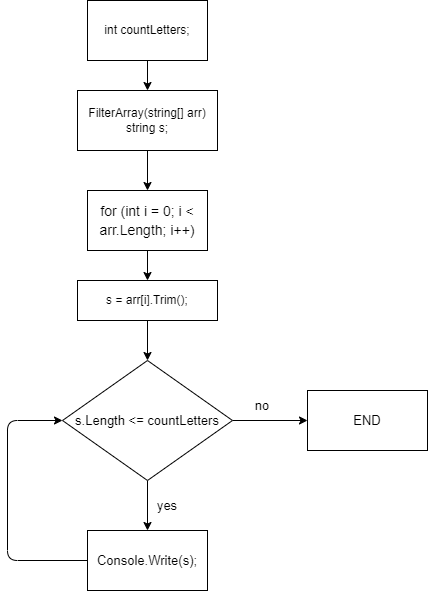
Earlier version of the draw.io export endblock_task/bs.drawio.png (rockapm/GB_homework). Source tidied: cells renumbered, new cells last; positions are measured from the earlier drawing's top-left corner, leaving out a move shared by most shapes.
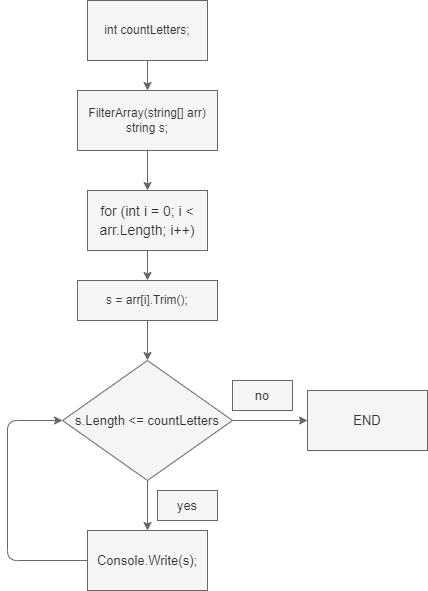
The same diagram one commit later.

What changed in the source:
```diff
@@ -2,40 +2,40 @@
   <root>
     <mxCell id="0" />
     <mxCell id="1" parent="0" />
-    <mxCell id="2" style="edgeStyle=none;html=1;entryX=0.5;entryY=0;entryDx=0;entryDy=0;fontFamily=Helvetica;fontSize=13;fontColor=#000000;" parent="1" edge="1" source="3" target="5">
+    <mxCell id="2" style="edgeStyle=none;html=1;entryX=0.5;entryY=0;entryDx=0;entryDy=0;fontFamily=Helvetica;fontSize=13;fontColor=#000000;fillColor=#f5f5f5;strokeColor=#666666;" parent="1" edge="1" source="3" target="5">
       <mxGeometry relative="1" as="geometry" />
     </mxCell>
-    <mxCell id="3" value="FilterArray(string[] arr)&lt;br&gt;string s;" style="rounded=0;whiteSpace=wrap;html=1;" parent="1" vertex="1">
+    <mxCell id="3" value="FilterArray(string[] arr)&lt;br&gt;string s;" style="rounded=0;whiteSpace=wrap;html=1;fillColor=#f5f5f5;strokeColor=#666666;fontColor=#333333;" parent="1" vertex="1">
       <mxGeometry x="70" y="90" width="140" height="60" as="geometry" />
     </mxCell>
-    <mxCell id="4" style="edgeStyle=none;html=1;fontFamily=Helvetica;fontSize=13;fontColor=#000000;" parent="1" edge="1" source="5" target="7">
+    <mxCell id="4" style="edgeStyle=none;html=1;fontFamily=Helvetica;fontSize=13;fontColor=#000000;fillColor=#f5f5f5;strokeColor=#666666;" parent="1" edge="1" source="5" target="7">
       <mxGeometry relative="1" as="geometry" />
     </mxCell>
-    <mxCell id="5" value="&lt;div style=&quot;font-size: 14px ; line-height: 19px&quot;&gt;&lt;font&gt;for (int i = 0; i &amp;lt; arr.Length; i++)&lt;/font&gt;&lt;/div&gt;" style="rounded=0;whiteSpace=wrap;html=1;" parent="1" vertex="1">
+    <mxCell id="5" value="&lt;div style=&quot;font-size: 14px ; line-height: 19px&quot;&gt;&lt;font&gt;for (int i = 0; i &amp;lt; arr.Length; i++)&lt;/font&gt;&lt;/div&gt;" style="rounded=0;whiteSpace=wrap;html=1;fillColor=#f5f5f5;strokeColor=#666666;fontColor=#333333;" parent="1" vertex="1">
       <mxGeometry x="80" y="190" width="120" height="60" as="geometry" />
     </mxCell>
-    <mxCell id="6" style="edgeStyle=none;html=1;entryX=0.5;entryY=0;entryDx=0;entryDy=0;fontFamily=Helvetica;fontSize=13;fontColor=#000000;" parent="1" edge="1" source="7" target="12">
+    <mxCell id="6" style="edgeStyle=none;html=1;entryX=0.5;entryY=0;entryDx=0;entryDy=0;fontFamily=Helvetica;fontSize=13;fontColor=#000000;fillColor=#f5f5f5;strokeColor=#666666;" parent="1" edge="1" source="7" target="12">
       <mxGeometry relative="1" as="geometry" />
     </mxCell>
-    <mxCell id="7" value="&lt;div style=&quot;line-height: 19px&quot;&gt;&lt;font style=&quot;font-size: 12px&quot;&gt;s = arr[i].Trim();&lt;br&gt;&lt;/font&gt;&lt;/div&gt;" style="rounded=0;whiteSpace=wrap;html=1;align=center;" parent="1" vertex="1">
+    <mxCell id="7" value="&lt;div style=&quot;line-height: 19px&quot;&gt;&lt;font style=&quot;font-size: 12px&quot;&gt;s = arr[i].Trim();&lt;br&gt;&lt;/font&gt;&lt;/div&gt;" style="rounded=0;whiteSpace=wrap;html=1;align=center;fillColor=#f5f5f5;strokeColor=#666666;fontColor=#333333;" parent="1" vertex="1">
       <mxGeometry x="70" y="280" width="140" height="40" as="geometry" />
     </mxCell>
-    <mxCell id="8" style="edgeStyle=none;html=1;entryX=0.5;entryY=0;entryDx=0;entryDy=0;fontFamily=Helvetica;fontSize=13;fontColor=#000000;" parent="1" edge="1" source="9" target="3">
+    <mxCell id="8" style="edgeStyle=none;html=1;entryX=0.5;entryY=0;entryDx=0;entryDy=0;fontFamily=Helvetica;fontSize=13;fontColor=#000000;fillColor=#f5f5f5;strokeColor=#666666;" parent="1" edge="1" source="9" target="3">
       <mxGeometry relative="1" as="geometry" />
     </mxCell>
-    <mxCell id="9" value="int countLetters;" style="rounded=0;whiteSpace=wrap;html=1;labelBackgroundColor=none;fontSize=12;" parent="1" vertex="1">
+    <mxCell id="9" value="int countLetters;" style="rounded=0;whiteSpace=wrap;html=1;labelBackgroundColor=none;fontSize=12;fillColor=#f5f5f5;strokeColor=#666666;fontColor=#333333;" parent="1" vertex="1">
       <mxGeometry x="80" width="120" height="60" as="geometry" />
     </mxCell>
-    <mxCell id="10" style="edgeStyle=none;html=1;entryX=0.5;entryY=0;entryDx=0;entryDy=0;fontFamily=Helvetica;fontSize=13;fontColor=#000000;" parent="1" edge="1" source="12" target="14">
+    <mxCell id="10" style="edgeStyle=none;html=1;entryX=0.5;entryY=0;entryDx=0;entryDy=0;fontFamily=Helvetica;fontSize=13;fontColor=#000000;fillColor=#f5f5f5;strokeColor=#666666;" parent="1" edge="1" source="12" target="14">
       <mxGeometry relative="1" as="geometry" />
     </mxCell>
-    <mxCell id="11" style="edgeStyle=none;html=1;fontFamily=Helvetica;fontSize=13;fontColor=#000000;" parent="1" edge="1" source="12" target="15">
+    <mxCell id="11" style="edgeStyle=none;html=1;fontFamily=Helvetica;fontSize=13;fontColor=#000000;fillColor=#f5f5f5;strokeColor=#666666;" parent="1" edge="1" source="12" target="15">
       <mxGeometry relative="1" as="geometry" />
     </mxCell>
-    <mxCell id="12" value="&lt;div style=&quot;line-height: 19px&quot;&gt;&lt;font style=&quot;font-size: 13px&quot;&gt;s.Length &amp;lt;= countLetters&lt;/font&gt;&lt;/div&gt;" style="rhombus;whiteSpace=wrap;html=1;labelBackgroundColor=none;fontFamily=Helvetica;fontSize=12;" parent="1" vertex="1">
+    <mxCell id="12" value="&lt;div style=&quot;line-height: 19px&quot;&gt;&lt;font style=&quot;font-size: 13px&quot;&gt;s.Length &amp;lt;= countLetters&lt;/font&gt;&lt;/div&gt;" style="rhombus;whiteSpace=wrap;html=1;labelBackgroundColor=none;fontFamily=Helvetica;fontSize=12;fillColor=#f5f5f5;strokeColor=#666666;fontColor=#333333;" parent="1" vertex="1">
       <mxGeometry x="55" y="360" width="170" height="120" as="geometry" />
     </mxCell>
-    <mxCell id="13" style="edgeStyle=none;html=1;entryX=0;entryY=0.5;entryDx=0;entryDy=0;fontFamily=Helvetica;fontSize=13;fontColor=#000000;" parent="1" edge="1" source="14" target="12">
+    <mxCell id="13" style="edgeStyle=none;html=1;entryX=0;entryY=0.5;entryDx=0;entryDy=0;fontFamily=Helvetica;fontSize=13;fontColor=#000000;fillColor=#f5f5f5;strokeColor=#666666;" parent="1" edge="1" source="14" target="12">
       <mxGeometry relative="1" as="geometry">
         <Array as="points">
           <mxPoint y="560" />
@@ -43,17 +43,17 @@
         </Array>
       </mxGeometry>
     </mxCell>
-    <mxCell id="14" value="Console.Write(s);" style="rounded=0;whiteSpace=wrap;html=1;labelBackgroundColor=none;fontFamily=Helvetica;fontSize=13;" parent="1" vertex="1">
+    <mxCell id="14" value="Console.Write(s);" style="rounded=0;whiteSpace=wrap;html=1;labelBackgroundColor=none;fontFamily=Helvetica;fontSize=13;fillColor=#f5f5f5;strokeColor=#666666;fontColor=#333333;" parent="1" vertex="1">
       <mxGeometry x="80" y="530" width="120" height="60" as="geometry" />
     </mxCell>
-    <mxCell id="15" value="END" style="rounded=0;whiteSpace=wrap;html=1;labelBackgroundColor=none;fontFamily=Helvetica;fontSize=13;" parent="1" vertex="1">
+    <mxCell id="15" value="END" style="rounded=0;whiteSpace=wrap;html=1;labelBackgroundColor=none;fontFamily=Helvetica;fontSize=13;fillColor=#f5f5f5;strokeColor=#666666;fontColor=#333333;" parent="1" vertex="1">
       <mxGeometry x="300" y="390" width="120" height="60" as="geometry" />
     </mxCell>
-    <mxCell id="16" value="yes" style="text;html=1;align=center;verticalAlign=middle;whiteSpace=wrap;rounded=0;labelBackgroundColor=none;fontFamily=Helvetica;fontSize=13;" parent="1" vertex="1">
-      <mxGeometry x="130" y="490" width="60" height="30" as="geometry" />
+    <mxCell id="16" value="yes" style="text;html=1;align=center;verticalAlign=middle;whiteSpace=wrap;rounded=0;labelBackgroundColor=none;fontFamily=Helvetica;fontSize=13;fillColor=#f5f5f5;strokeColor=#666666;fontColor=#333333;" parent="1" vertex="1">
+      <mxGeometry x="150" y="490" width="60" height="30" as="geometry" />
     </mxCell>
-    <mxCell id="17" value="no" style="text;html=1;align=center;verticalAlign=middle;whiteSpace=wrap;rounded=0;labelBackgroundColor=none;fontFamily=Helvetica;fontSize=13;" parent="1" vertex="1">
-      <mxGeometry x="225" y="390" width="60" height="30" as="geometry" />
+    <mxCell id="17" value="no" style="text;html=1;align=center;verticalAlign=middle;whiteSpace=wrap;rounded=0;labelBackgroundColor=none;fontFamily=Helvetica;fontSize=13;fillColor=#f5f5f5;strokeColor=#666666;fontColor=#333333;" parent="1" vertex="1">
+      <mxGeometry x="225" y="380" width="60" height="30" as="geometry" />
     </mxCell>
   </root>
 </mxGraphModel>
```
